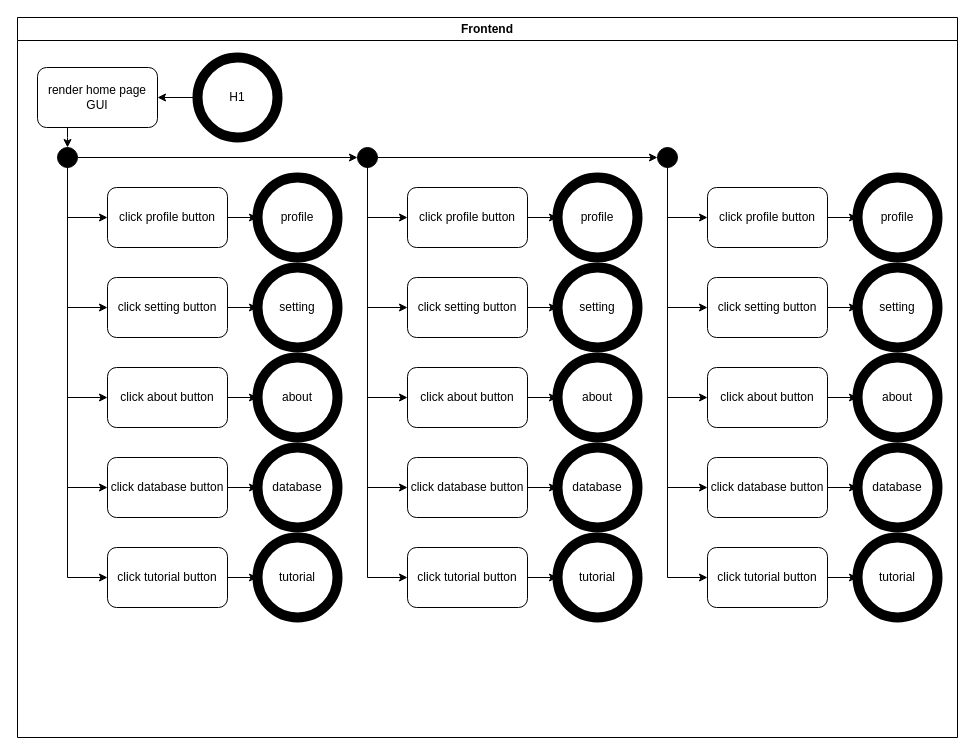
This is page "home 1" (4 of 8) of docs/artifact/ActivityDiagram/activity_diagram.drawio from ssszZ-TH/party_fullstack_docker3, a draw.io file, before an edit. Source tidied: cells renumbered, new cells numbered last; positions are measured from the earlier drawing's top-left corner, leaving out a move shared by most shapes. Both pictures are drawn from the tidied source at 100%, with x=0, y=0 at pixel (17, 17).
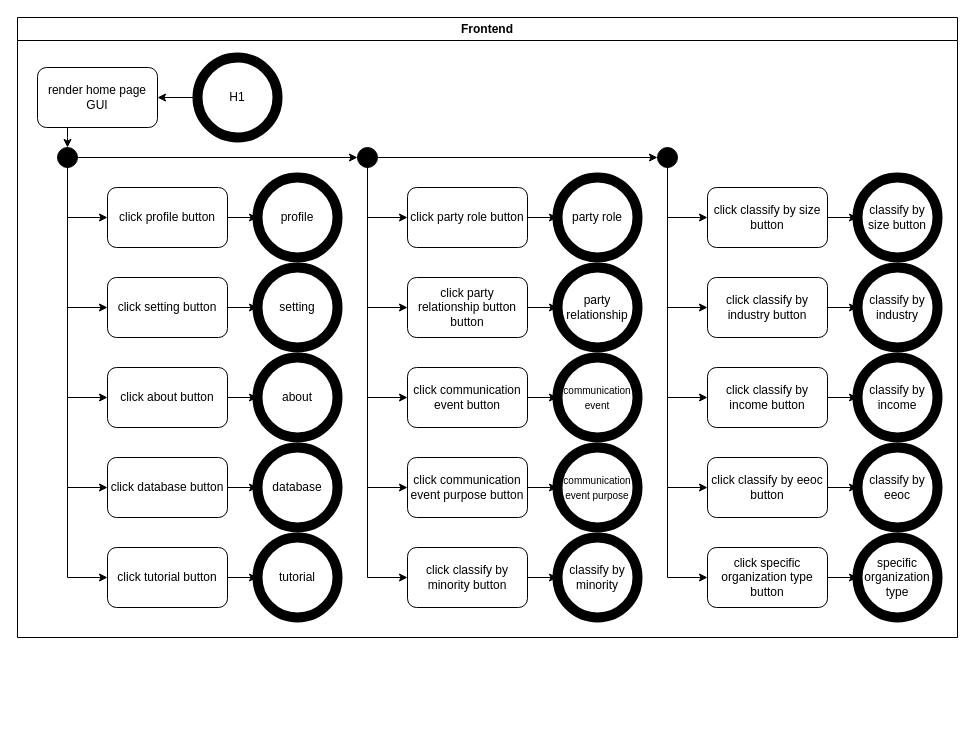
After the change.

Change to the diagram source:
```diff
@@
     <mxCell id="2" value="Frontend" style="swimlane;whiteSpace=wrap;html=1;" parent="1" vertex="1">
-      <mxGeometry width="940" height="720" as="geometry" />
+      <mxGeometry width="940" height="620" as="geometry" />
     </mxCell>
@@
-    <mxCell id="30" value="click profile button" style="rounded=1;whiteSpace=wrap;html=1;" parent="2" vertex="1">
+    <mxCell id="30" value="click party role button" style="rounded=1;whiteSpace=wrap;html=1;" parent="2" vertex="1">
       <mxGeometry x="390" y="170" width="120" height="60" as="geometry" />
     </mxCell>
@@
-    <mxCell id="32" value="click setting button" style="rounded=1;whiteSpace=wrap;html=1;" parent="2" vertex="1">
+    <mxCell id="32" value="click party relationship button button" style="rounded=1;whiteSpace=wrap;html=1;" parent="2" vertex="1">
       <mxGeometry x="390" y="260" width="120" height="60" as="geometry" />
     </mxCell>
@@
-    <mxCell id="34" value="click about button" style="rounded=1;whiteSpace=wrap;html=1;" parent="2" vertex="1">
+    <mxCell id="34" value="click communication event button" style="rounded=1;whiteSpace=wrap;html=1;" parent="2" vertex="1">
       <mxGeometry x="390" y="350" width="120" height="60" as="geometry" />
     </mxCell>
@@
-    <mxCell id="36" value="click database button" style="rounded=1;whiteSpace=wrap;html=1;" parent="2" vertex="1">
+    <mxCell id="36" value="click communication event purpose button" style="rounded=1;whiteSpace=wrap;html=1;" parent="2" vertex="1">
       <mxGeometry x="390" y="440" width="120" height="60" as="geometry" />
     </mxCell>
-    <mxCell id="37" value="profile" style="ellipse;whiteSpace=wrap;html=1;strokeWidth=10;" parent="2" vertex="1">
+    <mxCell id="37" value="party role" style="ellipse;whiteSpace=wrap;html=1;strokeWidth=10;" parent="2" vertex="1">
       <mxGeometry x="540" y="160" width="80" height="80" as="geometry" />
     </mxCell>
-    <mxCell id="38" value="setting" style="ellipse;whiteSpace=wrap;html=1;strokeWidth=10;" parent="2" vertex="1">
+    <mxCell id="38" value="party relationship" style="ellipse;whiteSpace=wrap;html=1;strokeWidth=10;" parent="2" vertex="1">
       <mxGeometry x="540" y="250" width="80" height="80" as="geometry" />
     </mxCell>
-    <mxCell id="39" value="about" style="ellipse;whiteSpace=wrap;html=1;strokeWidth=10;" parent="2" vertex="1">
+    <mxCell id="39" value="&lt;font style=&quot;font-size: 10px;&quot;&gt;communication event&lt;/font&gt;" style="ellipse;whiteSpace=wrap;html=1;strokeWidth=10;" parent="2" vertex="1">
       <mxGeometry x="540" y="340" width="80" height="80" as="geometry" />
     </mxCell>
-    <mxCell id="40" value="database" style="ellipse;whiteSpace=wrap;html=1;strokeWidth=10;" parent="2" vertex="1">
+    <mxCell id="40" value="&lt;font style=&quot;font-size: 10px;&quot;&gt;communication event purpose&lt;/font&gt;" style="ellipse;whiteSpace=wrap;html=1;strokeWidth=10;" parent="2" vertex="1">
       <mxGeometry x="540" y="430" width="80" height="80" as="geometry" />
     </mxCell>
@@
-    <mxCell id="42" value="click tutorial button" style="rounded=1;whiteSpace=wrap;html=1;" parent="2" vertex="1">
+    <mxCell id="42" value="click classify by minority button" style="rounded=1;whiteSpace=wrap;html=1;" parent="2" vertex="1">
       <mxGeometry x="390" y="530" width="120" height="60" as="geometry" />
     </mxCell>
-    <mxCell id="43" value="tutorial" style="ellipse;whiteSpace=wrap;html=1;strokeWidth=10;" parent="2" vertex="1">
+    <mxCell id="43" value="classify by minority" style="ellipse;whiteSpace=wrap;html=1;strokeWidth=10;" parent="2" vertex="1">
       <mxGeometry x="540" y="520" width="80" height="80" as="geometry" />
     </mxCell>
@@
-    <mxCell id="52" value="click profile button" style="rounded=1;whiteSpace=wrap;html=1;" parent="2" vertex="1">
+    <mxCell id="52" value="click classify by size button" style="rounded=1;whiteSpace=wrap;html=1;" parent="2" vertex="1">
       <mxGeometry x="690" y="170" width="120" height="60" as="geometry" />
     </mxCell>
@@
-    <mxCell id="54" value="click setting button" style="rounded=1;whiteSpace=wrap;html=1;" parent="2" vertex="1">
+    <mxCell id="54" value="click classify by industry button" style="rounded=1;whiteSpace=wrap;html=1;" parent="2" vertex="1">
       <mxGeometry x="690" y="260" width="120" height="60" as="geometry" />
     </mxCell>
@@
-    <mxCell id="56" value="click about button" style="rounded=1;whiteSpace=wrap;html=1;" parent="2" vertex="1">
+    <mxCell id="56" value="click classify by income button" style="rounded=1;whiteSpace=wrap;html=1;" parent="2" vertex="1">
       <mxGeometry x="690" y="350" width="120" height="60" as="geometry" />
     </mxCell>
@@
-    <mxCell id="58" value="click database button" style="rounded=1;whiteSpace=wrap;html=1;" parent="2" vertex="1">
+    <mxCell id="58" value="click classify by eeoc button" style="rounded=1;whiteSpace=wrap;html=1;" parent="2" vertex="1">
       <mxGeometry x="690" y="440" width="120" height="60" as="geometry" />
     </mxCell>
-    <mxCell id="59" value="profile" style="ellipse;whiteSpace=wrap;html=1;strokeWidth=10;" parent="2" vertex="1">
+    <mxCell id="59" value="classify by size button" style="ellipse;whiteSpace=wrap;html=1;strokeWidth=10;" parent="2" vertex="1">
       <mxGeometry x="840" y="160" width="80" height="80" as="geometry" />
     </mxCell>
-    <mxCell id="60" value="setting" style="ellipse;whiteSpace=wrap;html=1;strokeWidth=10;" parent="2" vertex="1">
+    <mxCell id="60" value="classify by industry" style="ellipse;whiteSpace=wrap;html=1;strokeWidth=10;" parent="2" vertex="1">
       <mxGeometry x="840" y="250" width="80" height="80" as="geometry" />
     </mxCell>
-    <mxCell id="61" value="about" style="ellipse;whiteSpace=wrap;html=1;strokeWidth=10;" parent="2" vertex="1">
+    <mxCell id="61" value="classify by income" style="ellipse;whiteSpace=wrap;html=1;strokeWidth=10;" parent="2" vertex="1">
       <mxGeometry x="840" y="340" width="80" height="80" as="geometry" />
     </mxCell>
-    <mxCell id="62" value="database" style="ellipse;whiteSpace=wrap;html=1;strokeWidth=10;" parent="2" vertex="1">
+    <mxCell id="62" value="classify by eeoc" style="ellipse;whiteSpace=wrap;html=1;strokeWidth=10;" parent="2" vertex="1">
       <mxGeometry x="840" y="430" width="80" height="80" as="geometry" />
     </mxCell>
@@
-    <mxCell id="64" value="click tutorial button" style="rounded=1;whiteSpace=wrap;html=1;" parent="2" vertex="1">
+    <mxCell id="64" value="click specific organization type button" style="rounded=1;whiteSpace=wrap;html=1;" parent="2" vertex="1">
       <mxGeometry x="690" y="530" width="120" height="60" as="geometry" />
     </mxCell>
-    <mxCell id="65" value="tutorial" style="ellipse;whiteSpace=wrap;html=1;strokeWidth=10;" parent="2" vertex="1">
+    <mxCell id="65" value="specific organization type" style="ellipse;whiteSpace=wrap;html=1;strokeWidth=10;" parent="2" vertex="1">
       <mxGeometry x="840" y="520" width="80" height="80" as="geometry" />
     </mxCell>
```
